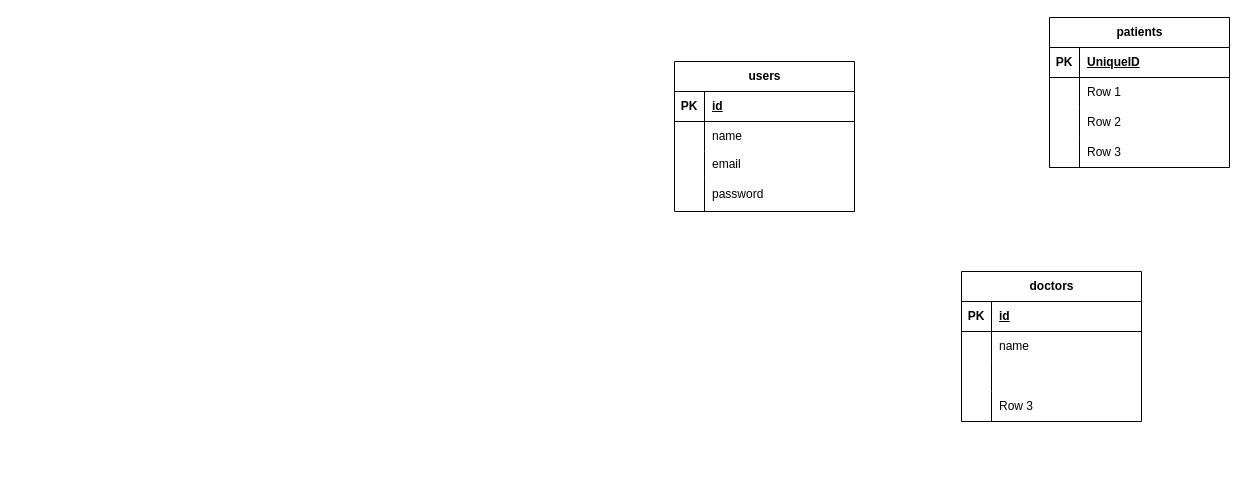
josejubm/FILES-DIAGRAMS.NET keeps this draw.io diagram as ER-CLINIC.drawio. Above is the earlier version. Source tidied: cells renumbered, new cells numbered last; positions are measured from the earlier drawing's top-left corner, leaving out a move shared by most shapes. Both pictures are drawn from the tidied source at 100%, with x=0, y=0 at pixel (674, 17).
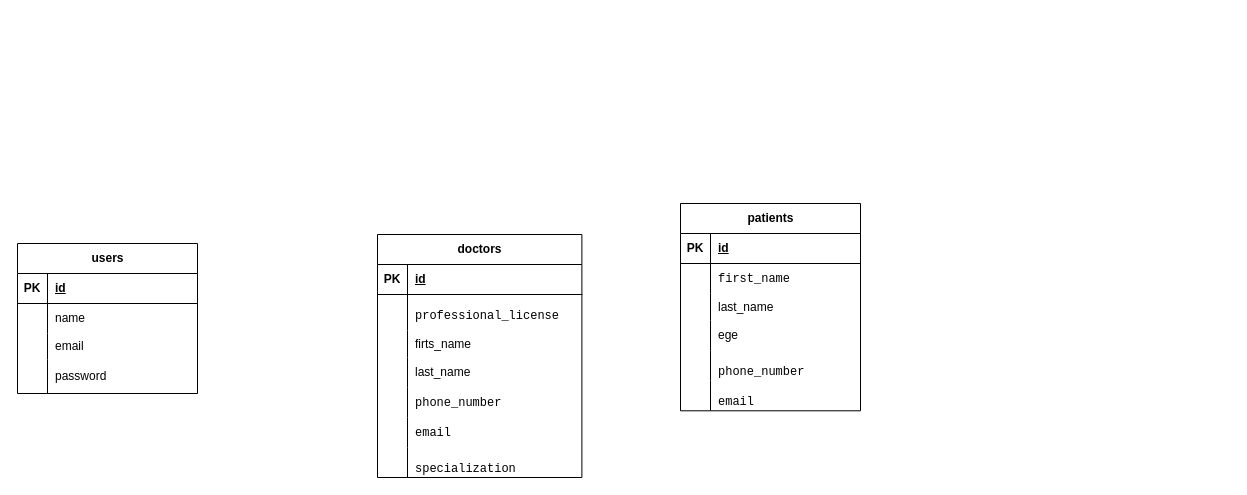
Above is the later version.

The change refers to these unchanged cells:
```xml
<mxCell id="17" style="shape=tableRow;horizontal=0;startSize=0;swimlaneHead=0;swimlaneBody=0;fillColor=none;top=0;left=0;right=0;bottom=1;" parent="16" vertex="1">
  <mxGeometry y="30" width="180" height="30" as="geometry" />
</mxCell>
<mxCell id="20" style="shape=tableRow;horizontal=0;startSize=0;swimlaneHead=0;swimlaneBody=0;fillColor=none;top=0;left=0;right=0;bottom=0;" parent="16" vertex="1">
  <mxGeometry y="60" width="180" height="30" as="geometry" />
</mxCell>
```

What changed in the source:
```diff
@@
     <mxCell id="3" value="&lt;div&gt;users&lt;/div&gt;" style="shape=table;startSize=30;childLayout=tableLayout;rowLines=0;fontStyle=1;align=center;html=1;" parent="1" vertex="1">
-      <mxGeometry y="44" width="180" height="150" as="geometry" />
+      <mxGeometry x="-657" y="226" width="180" height="150" as="geometry" />
     </mxCell>
@@
     <mxCell id="16" value="patients" style="shape=table;startSize=30;childLayout=tableLayout;rowLines=0;fontStyle=1;align=center;html=1;" parent="1" vertex="1">
-      <mxGeometry x="375" width="180" height="150" as="geometry" />
+      <mxGeometry x="6" y="186" width="180" height="207.3" as="geometry" />
     </mxCell>
@@
-    <mxCell id="19" value="UniqueID" style="shape=partialRectangle;fillColor=none;top=0;left=0;bottom=0;right=0;align=left;spacingLeft=6;fontStyle=5;overflow=hidden;whiteSpace=wrap;html=1;" parent="17" vertex="1">
+    <mxCell id="19" value="id" style="shape=partialRectangle;fillColor=none;top=0;left=0;bottom=0;right=0;align=left;spacingLeft=6;fontStyle=5;overflow=hidden;whiteSpace=wrap;html=1;" parent="17" vertex="1">
       <mxGeometry x="30" width="150" height="30" as="geometry" />
     </mxCell>
@@
-    <mxCell id="22" value="Row 1" style="shape=partialRectangle;fillColor=none;top=0;left=0;bottom=0;right=0;align=left;spacingLeft=6;overflow=hidden;whiteSpace=wrap;html=1;" parent="20" vertex="1">
+    <mxCell id="22" value="&lt;code&gt;first_name&lt;br&gt;&lt;/code&gt;" style="shape=partialRectangle;fillColor=none;top=0;left=0;bottom=0;right=0;align=left;spacingLeft=6;overflow=hidden;whiteSpace=wrap;html=1;" parent="20" vertex="1">
       <mxGeometry x="30" width="150" height="30" as="geometry" />
     </mxCell>
     <mxCell id="23" style="shape=tableRow;horizontal=0;startSize=0;swimlaneHead=0;swimlaneBody=0;fillColor=none;top=0;left=0;right=0;bottom=0;" parent="16" vertex="1">
-      <mxGeometry y="90" width="180" height="30" as="geometry" />
+      <mxGeometry y="90" width="180" height="27" as="geometry" />
     </mxCell>
     <mxCell id="24" style="shape=partialRectangle;fillColor=none;top=0;left=0;bottom=0;right=0;overflow=hidden;whiteSpace=wrap;html=1;" parent="23" vertex="1">
-      <mxGeometry width="30" height="30" as="geometry" />
+      <mxGeometry width="30" height="27" as="geometry" />
     </mxCell>
-    <mxCell id="25" value="Row 2" style="shape=partialRectangle;fillColor=none;top=0;left=0;bottom=0;right=0;align=left;spacingLeft=6;overflow=hidden;whiteSpace=wrap;html=1;" parent="23" vertex="1">
-      <mxGeometry x="30" width="150" height="30" as="geometry" />
+    <mxCell id="25" value="&lt;div&gt;last_name&lt;/div&gt;" style="shape=partialRectangle;fillColor=none;top=0;left=0;bottom=0;right=0;align=left;spacingLeft=6;overflow=hidden;whiteSpace=wrap;html=1;" parent="23" vertex="1">
+      <mxGeometry x="30" width="150" height="27" as="geometry" />
     </mxCell>
     <mxCell id="26" style="shape=tableRow;horizontal=0;startSize=0;swimlaneHead=0;swimlaneBody=0;fillColor=none;top=0;left=0;right=0;bottom=0;" parent="16" vertex="1">
-      <mxGeometry y="120" width="180" height="30" as="geometry" />
+      <mxGeometry y="117" width="180" height="30" as="geometry" />
     </mxCell>
@@
-    <mxCell id="28" value="Row 3" style="shape=partialRectangle;fillColor=none;top=0;left=0;bottom=0;right=0;align=left;spacingLeft=6;overflow=hidden;whiteSpace=wrap;html=1;" parent="26" vertex="1">
+    <mxCell id="28" value="ege" style="shape=partialRectangle;fillColor=none;top=0;left=0;bottom=0;right=0;align=left;spacingLeft=6;overflow=hidden;whiteSpace=wrap;html=1;" parent="26" vertex="1">
       <mxGeometry x="30" width="150" height="30" as="geometry" />
     </mxCell>
+    <mxCell id="42" style="shape=tableRow;horizontal=0;startSize=0;swimlaneHead=0;swimlaneBody=0;fillColor=none;top=0;left=0;right=0;bottom=0;" parent="16" vertex="1">
+      <mxGeometry y="147" width="180" height="30" as="geometry" />
+    </mxCell>
+    <mxCell id="43" style="shape=partialRectangle;fillColor=none;top=0;left=0;bottom=0;right=0;overflow=hidden;whiteSpace=wrap;html=1;" parent="42" vertex="1">
+      <mxGeometry width="30" height="30" as="geometry" />
+    </mxCell>
+    <mxCell id="44" value="&lt;pre&gt;&lt;code class=&quot;!whitespace-pre hljs language-sql&quot;&gt;phone_number&lt;/code&gt;&lt;/pre&gt;" style="shape=partialRectangle;fillColor=none;top=0;left=0;bottom=0;right=0;align=left;spacingLeft=6;overflow=hidden;whiteSpace=wrap;html=1;" parent="42" vertex="1">
+      <mxGeometry x="30" width="150" height="30" as="geometry" />
+    </mxCell>
+    <mxCell id="45" style="shape=tableRow;horizontal=0;startSize=0;swimlaneHead=0;swimlaneBody=0;fillColor=none;top=0;left=0;right=0;bottom=0;" parent="16" vertex="1">
+      <mxGeometry y="177" width="180" height="30" as="geometry" />
+    </mxCell>
+    <mxCell id="46" style="shape=partialRectangle;fillColor=none;top=0;left=0;bottom=0;right=0;overflow=hidden;whiteSpace=wrap;html=1;" parent="45" vertex="1">
+      <mxGeometry width="30" height="30" as="geometry" />
+    </mxCell>
+    <mxCell id="47" value="&lt;pre&gt;&lt;code&gt;email&lt;/code&gt;&lt;/pre&gt;" style="shape=partialRectangle;fillColor=none;top=0;left=0;bottom=0;right=0;align=left;spacingLeft=6;overflow=hidden;whiteSpace=wrap;html=1;" parent="45" vertex="1">
+      <mxGeometry x="30" width="150" height="30" as="geometry" />
+    </mxCell>
     <mxCell id="29" value="&lt;div&gt;doctors&lt;/div&gt;" style="shape=table;startSize=30;childLayout=tableLayout;rowLines=0;fontStyle=1;align=center;html=1;" parent="1" vertex="1">
-      <mxGeometry x="287" y="254" width="180" height="150" as="geometry" />
+      <mxGeometry x="-297" y="217" width="204.4" height="243" as="geometry" />
     </mxCell>
     <mxCell id="30" style="shape=tableRow;horizontal=0;startSize=0;swimlaneHead=0;swimlaneBody=0;fillColor=none;top=0;left=0;right=0;bottom=1;" parent="29" vertex="1">
-      <mxGeometry y="30" width="180" height="30" as="geometry" />
+      <mxGeometry y="30" width="204.4" height="30" as="geometry" />
     </mxCell>
@@
     <mxCell id="32" value="id" style="shape=partialRectangle;fillColor=none;top=0;left=0;bottom=0;right=0;align=left;spacingLeft=6;fontStyle=5;overflow=hidden;whiteSpace=wrap;html=1;" parent="30" vertex="1">
-      <mxGeometry x="30" width="150" height="30" as="geometry" />
+      <mxGeometry x="30" width="174.4" height="30" as="geometry" />
     </mxCell>
     <mxCell id="33" style="shape=tableRow;horizontal=0;startSize=0;swimlaneHead=0;swimlaneBody=0;fillColor=none;top=0;left=0;right=0;bottom=0;" parent="29" vertex="1">
-      <mxGeometry y="60" width="180" height="30" as="geometry" />
+      <mxGeometry y="60" width="204.4" height="36" as="geometry" />
     </mxCell>
     <mxCell id="34" style="shape=partialRectangle;fillColor=none;top=0;left=0;bottom=0;right=0;overflow=hidden;whiteSpace=wrap;html=1;" parent="33" vertex="1">
-      <mxGeometry width="30" height="30" as="geometry" />
+      <mxGeometry width="30" height="36" as="geometry" />
     </mxCell>
-    <mxCell id="35" value="name" style="shape=partialRectangle;fillColor=none;top=0;left=0;bottom=0;right=0;align=left;spacingLeft=6;overflow=hidden;whiteSpace=wrap;html=1;" parent="33" vertex="1">
-      <mxGeometry x="30" width="150" height="30" as="geometry" />
+    <mxCell id="35" value="&lt;pre&gt;&lt;code class=&quot;!whitespace-pre hljs language-sql&quot;&gt;professional_license&lt;/code&gt;&lt;/pre&gt;" style="shape=partialRectangle;fillColor=none;top=0;left=0;bottom=0;right=0;align=left;spacingLeft=6;overflow=hidden;whiteSpace=wrap;html=1;" parent="33" vertex="1">
+      <mxGeometry x="30" width="174.4" height="36" as="geometry" />
     </mxCell>
+    <mxCell id="48" style="shape=tableRow;horizontal=0;startSize=0;swimlaneHead=0;swimlaneBody=0;fillColor=none;top=0;left=0;right=0;bottom=0;" parent="29" vertex="1">
+      <mxGeometry y="96" width="204.4" height="27" as="geometry" />
+    </mxCell>
+    <mxCell id="49" style="shape=partialRectangle;fillColor=none;top=0;left=0;bottom=0;right=0;overflow=hidden;whiteSpace=wrap;html=1;" parent="48" vertex="1">
+      <mxGeometry width="30" height="27" as="geometry" />
+    </mxCell>
+    <mxCell id="50" value="firts_name" style="shape=partialRectangle;fillColor=none;top=0;left=0;bottom=0;right=0;align=left;spacingLeft=6;overflow=hidden;whiteSpace=wrap;html=1;" parent="48" vertex="1">
+      <mxGeometry x="30" width="174.4" height="27" as="geometry" />
+    </mxCell>
     <mxCell id="36" style="shape=tableRow;horizontal=0;startSize=0;swimlaneHead=0;swimlaneBody=0;fillColor=none;top=0;left=0;right=0;bottom=0;" parent="29" vertex="1">
-      <mxGeometry y="90" width="180" height="30" as="geometry" />
+      <mxGeometry y="123" width="204.4" height="30" as="geometry" />
     </mxCell>
@@
-    <mxCell id="38" style="shape=partialRectangle;fillColor=none;top=0;left=0;bottom=0;right=0;align=left;spacingLeft=6;overflow=hidden;whiteSpace=wrap;html=1;" parent="36" vertex="1">
-      <mxGeometry x="30" width="150" height="30" as="geometry" />
+    <mxCell id="38" value="last_name" style="shape=partialRectangle;fillColor=none;top=0;left=0;bottom=0;right=0;align=left;spacingLeft=6;overflow=hidden;whiteSpace=wrap;html=1;" parent="36" vertex="1">
+      <mxGeometry x="30" width="174.4" height="30" as="geometry" />
     </mxCell>
     <mxCell id="39" style="shape=tableRow;horizontal=0;startSize=0;swimlaneHead=0;swimlaneBody=0;fillColor=none;top=0;left=0;right=0;bottom=0;" parent="29" vertex="1">
-      <mxGeometry y="120" width="180" height="30" as="geometry" />
+      <mxGeometry y="153" width="204.4" height="30" as="geometry" />
     </mxCell>
@@
-    <mxCell id="41" value="Row 3" style="shape=partialRectangle;fillColor=none;top=0;left=0;bottom=0;right=0;align=left;spacingLeft=6;overflow=hidden;whiteSpace=wrap;html=1;" parent="39" vertex="1">
-      <mxGeometry x="30" width="150" height="30" as="geometry" />
+    <mxCell id="41" value="&lt;code class=&quot;!whitespace-pre hljs language-sql&quot;&gt;phone_number&lt;/code&gt;" style="shape=partialRectangle;fillColor=none;top=0;left=0;bottom=0;right=0;align=left;spacingLeft=6;overflow=hidden;whiteSpace=wrap;html=1;" parent="39" vertex="1">
+      <mxGeometry x="30" width="174.4" height="30" as="geometry" />
     </mxCell>
+    <mxCell id="51" style="shape=tableRow;horizontal=0;startSize=0;swimlaneHead=0;swimlaneBody=0;fillColor=none;top=0;left=0;right=0;bottom=0;" parent="29" vertex="1">
+      <mxGeometry y="183" width="204.4" height="30" as="geometry" />
+    </mxCell>
+    <mxCell id="52" style="shape=partialRectangle;fillColor=none;top=0;left=0;bottom=0;right=0;overflow=hidden;whiteSpace=wrap;html=1;" parent="51" vertex="1">
+      <mxGeometry width="30" height="30" as="geometry" />
+    </mxCell>
+    <mxCell id="53" value="&lt;code&gt;email&lt;br&gt;&lt;/code&gt;" style="shape=partialRectangle;fillColor=none;top=0;left=0;bottom=0;right=0;align=left;spacingLeft=6;overflow=hidden;whiteSpace=wrap;html=1;" parent="51" vertex="1">
+      <mxGeometry x="30" width="174.4" height="30" as="geometry" />
+    </mxCell>
+    <mxCell id="54" style="shape=tableRow;horizontal=0;startSize=0;swimlaneHead=0;swimlaneBody=0;fillColor=none;top=0;left=0;right=0;bottom=0;" parent="29" vertex="1">
+      <mxGeometry y="213" width="204.4" height="30" as="geometry" />
+    </mxCell>
+    <mxCell id="55" style="shape=partialRectangle;fillColor=none;top=0;left=0;bottom=0;right=0;overflow=hidden;whiteSpace=wrap;html=1;" parent="54" vertex="1">
+      <mxGeometry width="30" height="30" as="geometry" />
+    </mxCell>
+    <mxCell id="56" value="&lt;pre&gt;&lt;code class=&quot;!whitespace-pre hljs language-sql&quot;&gt;specialization &lt;/code&gt;&lt;/pre&gt;" style="shape=partialRectangle;fillColor=none;top=0;left=0;bottom=0;right=0;align=left;spacingLeft=6;overflow=hidden;whiteSpace=wrap;html=1;" parent="54" vertex="1">
+      <mxGeometry x="30" width="174.4" height="30" as="geometry" />
+    </mxCell>
```
